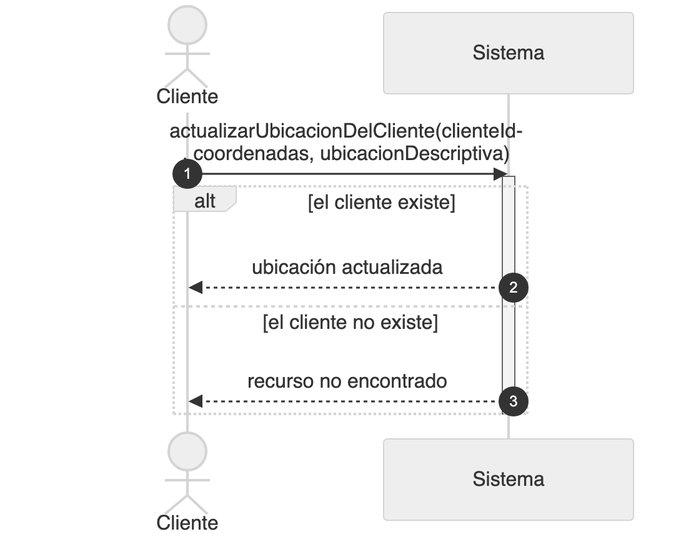
Nahuelito-Dev/splg-docs keeps this Mermaid diagram as diagramas/png/DSS_CU-094_Actualizar-Ubicacion-Del-Cliente.png. Above is the earlier version. Its source is kept beside it as diagramas/DSS_CU-094_Actualizar-Ubicacion-Del-Cliente.mmd.
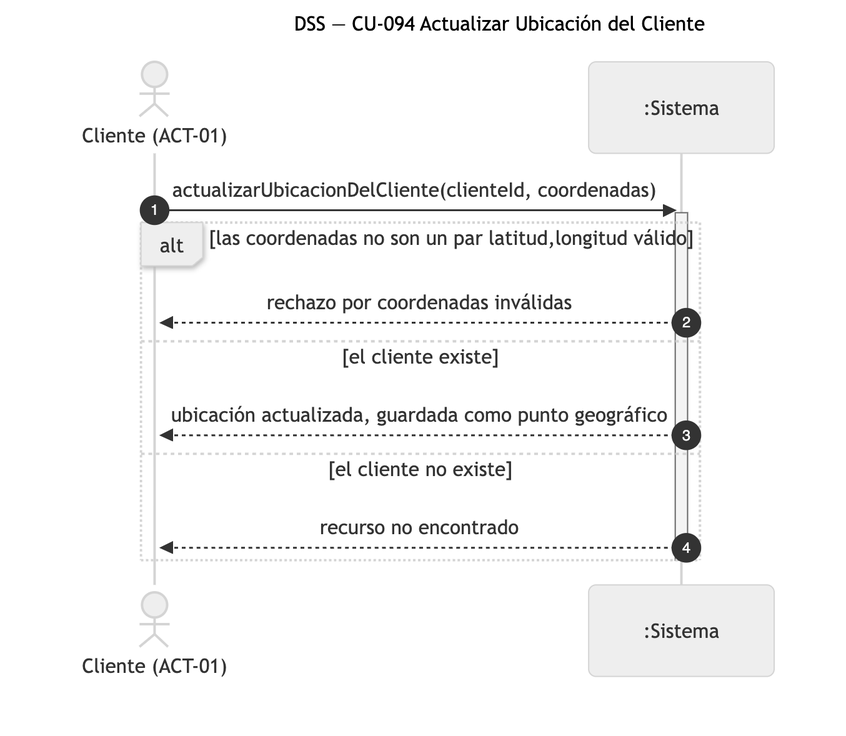
After the change.

Change to the diagram source:
```diff
@@ -1,10 +1,10 @@
 sequenceDiagram
-    title DSS — CU-094 Actualizar Ubicacion Del Cliente
+    title DSS — CU-094 Actualizar Ubicación del Cliente
     autonumber
-    actor CLI as Cliente
-    participant SIS as Sistema
+    actor CLI as Cliente (ACT-01)
+    participant SIS as :Sistema
 
-    CLI->>SIS: actualizarUbicacionDelCliente(clienteId, coordenadas, ubicacionDescriptiva)
+    CLI->>SIS: actualizarUbicacionDelCliente(clienteId, coordenadas)
     activate SIS
     alt las coordenadas no son un par latitud,longitud válido
         SIS-->>CLI: rechazo por coordenadas inválidas
```
